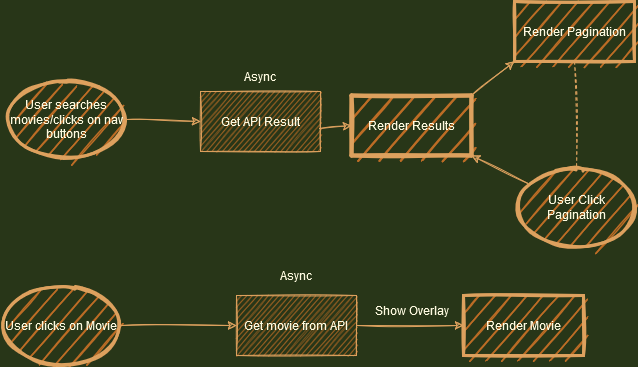
Earlier version of the draw.io export Workflow.png (stsp93/Cinemania). Source tidied: cells renumbered, new cells last; positions are measured from the earlier drawing's top-left corner, leaving out a move shared by most shapes.
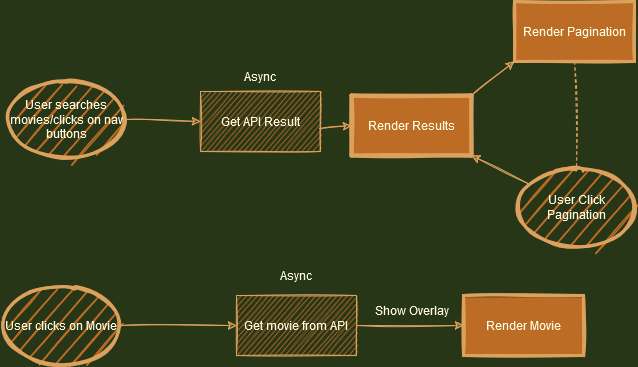
Above is the later version.

Change to the diagram source:
```diff
@@ -11,10 +11,10 @@
     <mxCell id="4" style="endArrow=classic;html=1;rounded=0;entryX=0;entryY=0.5;entryDx=0;entryDy=0;exitX=1;exitY=0.5;exitDx=0;exitDy=0;sketch=1;labelBackgroundColor=#283618;strokeColor=#DDA15E;fontColor=#FEFAE0;" parent="1" edge="1" source="11" target="2">
       <mxGeometry relative="1" as="geometry" />
     </mxCell>
-    <mxCell id="5" value="Render Pagination" style="rounded=0;whiteSpace=wrap;html=1;strokeWidth=3;fillColor=#BC6C25;strokeColor=#DDA15E;fillStyle=hatch;sketch=1;fontColor=#FEFAE0;" parent="1" vertex="1">
+    <mxCell id="5" value="Render Pagination" style="rounded=0;whiteSpace=wrap;html=1;strokeWidth=3;fillColor=#BC6C25;strokeColor=#DDA15E;fillStyle=solid;sketch=1;fontColor=#FEFAE0;" parent="1" vertex="1">
       <mxGeometry x="513" width="120" height="60" as="geometry" />
     </mxCell>
-    <mxCell id="6" value="Render Results" style="rounded=0;whiteSpace=wrap;html=1;strokeWidth=4;fillStyle=hatch;fillColor=#BC6C25;strokeColor=#DDA15E;sketch=1;fontColor=#FEFAE0;" parent="1" vertex="1">
+    <mxCell id="6" value="Render Results" style="rounded=0;whiteSpace=wrap;html=1;strokeWidth=4;fillStyle=solid;fillColor=#BC6C25;strokeColor=#DDA15E;sketch=1;fontColor=#FEFAE0;" parent="1" vertex="1">
       <mxGeometry x="350" y="94" width="120" height="60" as="geometry" />
     </mxCell>
     <mxCell id="7" style="endArrow=classic;html=1;rounded=0;exitX=0.992;exitY=0.617;exitDx=0;exitDy=0;exitPerimeter=0;entryX=0;entryY=0.5;entryDx=0;entryDy=0;sketch=1;labelBackgroundColor=#283618;strokeColor=#DDA15E;fontColor=#FEFAE0;" parent="1" edge="1" source="2" target="6">
@@ -50,7 +50,7 @@
     <mxCell id="17" value="Show Overlay" style="text;html=1;strokeColor=none;fillColor=none;align=center;verticalAlign=middle;whiteSpace=wrap;rounded=0;fillStyle=auto;sketch=1;fontColor=#FEFAE0;" parent="1" vertex="1">
       <mxGeometry x="361.5" y="294" width="97" height="30" as="geometry" />
     </mxCell>
-    <mxCell id="18" value="Render Movie" style="rounded=0;whiteSpace=wrap;html=1;fillStyle=hatch;strokeWidth=3;sketch=1;fillColor=#BC6C25;strokeColor=#DDA15E;fontColor=#FEFAE0;" parent="1" vertex="1">
+    <mxCell id="18" value="Render Movie" style="rounded=0;whiteSpace=wrap;html=1;fillStyle=solid;strokeWidth=3;sketch=1;fillColor=#BC6C25;strokeColor=#DDA15E;fontColor=#FEFAE0;" parent="1" vertex="1">
       <mxGeometry x="462" y="294" width="120" height="60" as="geometry" />
     </mxCell>
     <mxCell id="19" style="endArrow=classic;html=1;rounded=0;exitX=1;exitY=0.5;exitDx=0;exitDy=0;entryX=0;entryY=0.5;entryDx=0;entryDy=0;sketch=1;labelBackgroundColor=#283618;strokeColor=#DDA15E;fontColor=#FEFAE0;" parent="1" edge="1" source="14" target="18">
```
